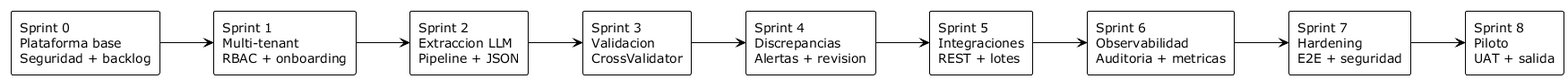
Above: RAG/assets/img/diagramas/cronograma-sprints-alcance-rag.png in sedibuc/documentacion_cintel (PlantUML), before the change.
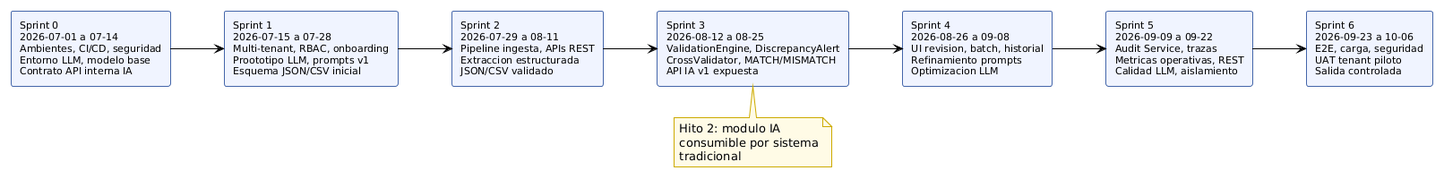
The same diagram one commit later.

What changed in the source:
```diff
@@ -2,17 +2,32 @@
 !theme plain
 skinparam backgroundColor white
 skinparam shadowing false
+skinparam rectangle {
+  BackgroundColor #f0f4ff
+  BorderColor #4466aa
+  FontSize 11
+}
+skinparam note {
+  BackgroundColor #fffbe6
+  BorderColor #ccaa00
+}
 left to right direction
 
-rectangle "Sprint 0\nPlataforma base\nSeguridad + backlog" as s0
-rectangle "Sprint 1\nMulti-tenant\nRBAC + onboarding" as s1
-rectangle "Sprint 2\nExtraccion LLM\nPipeline + JSON" as s2
-rectangle "Sprint 3\nValidacion\nCrossValidator" as s3
-rectangle "Sprint 4\nDiscrepancias\nAlertas + revision" as s4
-rectangle "Sprint 5\nIntegraciones\nREST + lotes" as s5
-rectangle "Sprint 6\nObservabilidad\nAuditoria + metricas" as s6
-rectangle "Sprint 7\nHardening\nE2E + seguridad" as s7
-rectangle "Sprint 8\nPiloto\nUAT + salida" as s8
+rectangle "Sprint 0\n2026-07-01 a 07-14\nAmbientes, CI/CD, seguridad\nEntorno LLM, modelo base\nContrato API interna IA" as s0
+
+rectangle "Sprint 1\n2026-07-15 a 07-28\nMulti-tenant, RBAC, onboarding\nProototipo LLM, prompts v1\nEsquema JSON/CSV inicial" as s1
+
+rectangle "Sprint 2\n2026-07-29 a 08-11\nPipeline ingesta, APIs REST\nExtraccion estructurada\nJSON/CSV validado" as s2
+
+rectangle "Sprint 3\n2026-08-12 a 08-25\nValidationEngine, DiscrepancyAlert\nCrossValidator, MATCH/MISMATCH\nAPI IA v1 expuesta" as s3
+
+note bottom of s3 : Hito 2: modulo IA\nconsumible por sistema\ntradicional
+
+rectangle "Sprint 4\n2026-08-26 a 09-08\nUI revision, batch, historial\nRefinamiento prompts\nOptimizacion LLM" as s4
+
+rectangle "Sprint 5\n2026-09-09 a 09-22\nAudit Service, trazas\nMetricas operativas, REST\nCalidad LLM, aislamiento" as s5
+
+rectangle "Sprint 6\n2026-09-23 a 10-06\nE2E, carga, seguridad\nUAT tenant piloto\nSalida controlada" as s6
 
 s0 --> s1
 s1 --> s2
@@ -20,6 +35,4 @@
 s3 --> s4
 s4 --> s5
 s5 --> s6
-s6 --> s7
-s7 --> s8
 @enduml
```
